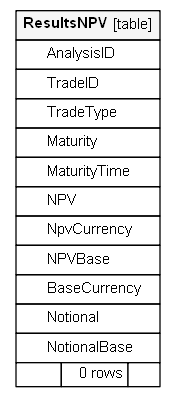
Above: docs/schemaDoc/diagrams/orphans/ResultsNPV.1degree.png in rkapl123/OreControl (Graphviz), before the change. Its source is kept beside it as docs/schemaDoc/diagrams/orphans/ResultsNPV.1degree.dot.
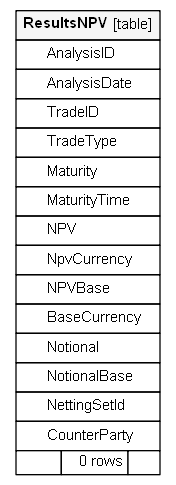
The same file after the commit.

Diff of the diagram source:
```diff
@@ -21,6 +21,7 @@
     <TABLE BORDER="0" CELLBORDER="1" CELLSPACING="0" BGCOLOR="#ffffff">
       <TR><TD COLSPAN="3"  BGCOLOR="#f5f5f5"><TABLE BORDER="0" CELLSPACING="0"><TR><TD ALIGN="LEFT"><B>ResultsNPV</B></TD><TD ALIGN="RIGHT">[table]</TD></TR></TABLE></TD></TR>
       <TR><TD PORT="AnalysisID" COLSPAN="3" ALIGN="LEFT"><TABLE BORDER="0" CELLSPACING="0" ALIGN="LEFT"><TR ALIGN="LEFT"><TD ALIGN="LEFT" FIXEDSIZE="TRUE" WIDTH="15" HEIGHT="16"></TD><TD ALIGN="LEFT" FIXEDSIZE="TRUE" WIDTH="81" HEIGHT="16">AnalysisID</TD></TR></TABLE></TD></TR>
+      <TR><TD PORT="AnalysisDate" COLSPAN="3" ALIGN="LEFT"><TABLE BORDER="0" CELLSPACING="0" ALIGN="LEFT"><TR ALIGN="LEFT"><TD ALIGN="LEFT" FIXEDSIZE="TRUE" WIDTH="15" HEIGHT="16"></TD><TD ALIGN="LEFT" FIXEDSIZE="TRUE" WIDTH="81" HEIGHT="16">AnalysisDate</TD></TR></TABLE></TD></TR>
       <TR><TD PORT="TradeID" COLSPAN="3" ALIGN="LEFT"><TABLE BORDER="0" CELLSPACING="0" ALIGN="LEFT"><TR ALIGN="LEFT"><TD ALIGN="LEFT" FIXEDSIZE="TRUE" WIDTH="15" HEIGHT="16"></TD><TD ALIGN="LEFT" FIXEDSIZE="TRUE" WIDTH="81" HEIGHT="16">TradeID</TD></TR></TABLE></TD></TR>
       <TR><TD PORT="TradeType" COLSPAN="3" ALIGN="LEFT"><TABLE BORDER="0" CELLSPACING="0" ALIGN="LEFT"><TR ALIGN="LEFT"><TD ALIGN="LEFT" FIXEDSIZE="TRUE" WIDTH="15" HEIGHT="16"></TD><TD ALIGN="LEFT" FIXEDSIZE="TRUE" WIDTH="81" HEIGHT="16">TradeType</TD></TR></TABLE></TD></TR>
       <TR><TD PORT="Maturity" COLSPAN="3" ALIGN="LEFT"><TABLE BORDER="0" CELLSPACING="0" ALIGN="LEFT"><TR ALIGN="LEFT"><TD ALIGN="LEFT" FIXEDSIZE="TRUE" WIDTH="15" HEIGHT="16"></TD><TD ALIGN="LEFT" FIXEDSIZE="TRUE" WIDTH="81" HEIGHT="16">Maturity</TD></TR></TABLE></TD></TR>
@@ -31,6 +32,8 @@
       <TR><TD PORT="BaseCurrency" COLSPAN="3" ALIGN="LEFT"><TABLE BORDER="0" CELLSPACING="0" ALIGN="LEFT"><TR ALIGN="LEFT"><TD ALIGN="LEFT" FIXEDSIZE="TRUE" WIDTH="15" HEIGHT="16"></TD><TD ALIGN="LEFT" FIXEDSIZE="TRUE" WIDTH="81" HEIGHT="16">BaseCurrency</TD></TR></TABLE></TD></TR>
       <TR><TD PORT="Notional" COLSPAN="3" ALIGN="LEFT"><TABLE BORDER="0" CELLSPACING="0" ALIGN="LEFT"><TR ALIGN="LEFT"><TD ALIGN="LEFT" FIXEDSIZE="TRUE" WIDTH="15" HEIGHT="16"></TD><TD ALIGN="LEFT" FIXEDSIZE="TRUE" WIDTH="81" HEIGHT="16">Notional</TD></TR></TABLE></TD></TR>
       <TR><TD PORT="NotionalBase" COLSPAN="3" ALIGN="LEFT"><TABLE BORDER="0" CELLSPACING="0" ALIGN="LEFT"><TR ALIGN="LEFT"><TD ALIGN="LEFT" FIXEDSIZE="TRUE" WIDTH="15" HEIGHT="16"></TD><TD ALIGN="LEFT" FIXEDSIZE="TRUE" WIDTH="81" HEIGHT="16">NotionalBase</TD></TR></TABLE></TD></TR>
+      <TR><TD PORT="NettingSetId" COLSPAN="3" ALIGN="LEFT"><TABLE BORDER="0" CELLSPACING="0" ALIGN="LEFT"><TR ALIGN="LEFT"><TD ALIGN="LEFT" FIXEDSIZE="TRUE" WIDTH="15" HEIGHT="16"></TD><TD ALIGN="LEFT" FIXEDSIZE="TRUE" WIDTH="81" HEIGHT="16">NettingSetId</TD></TR></TABLE></TD></TR>
+      <TR><TD PORT="CounterParty" COLSPAN="3" ALIGN="LEFT"><TABLE BORDER="0" CELLSPACING="0" ALIGN="LEFT"><TR ALIGN="LEFT"><TD ALIGN="LEFT" FIXEDSIZE="TRUE" WIDTH="15" HEIGHT="16"></TD><TD ALIGN="LEFT" FIXEDSIZE="TRUE" WIDTH="81" HEIGHT="16">CounterParty</TD></TR></TABLE></TD></TR>
       <TR><TD ALIGN="LEFT" BGCOLOR="#ffffff">  </TD><TD ALIGN="RIGHT" BGCOLOR="#ffffff">0 rows</TD><TD ALIGN="RIGHT" BGCOLOR="#ffffff">  </TD></TR>
     </TABLE>>
     URL="tables/ResultsNPV.html"
```
